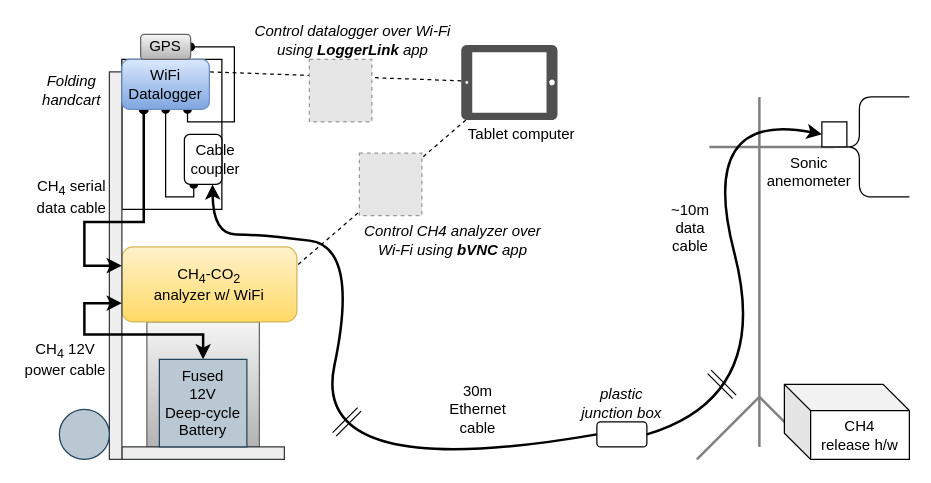
Earlier version of the draw.io diagram img/hardware.drawio (patricktokeeffe/ch4-plume-study). Source tidied: cells renumbered, new cells numbered last; positions are measured from the earlier drawing's top-left corner, leaving out a move shared by most shapes. Both pictures are drawn from the tidied source at 125%, with x=0, y=0 at pixel (21, 21). Pictures stored in the file or linked from it are replaced by grey dashed boxes.
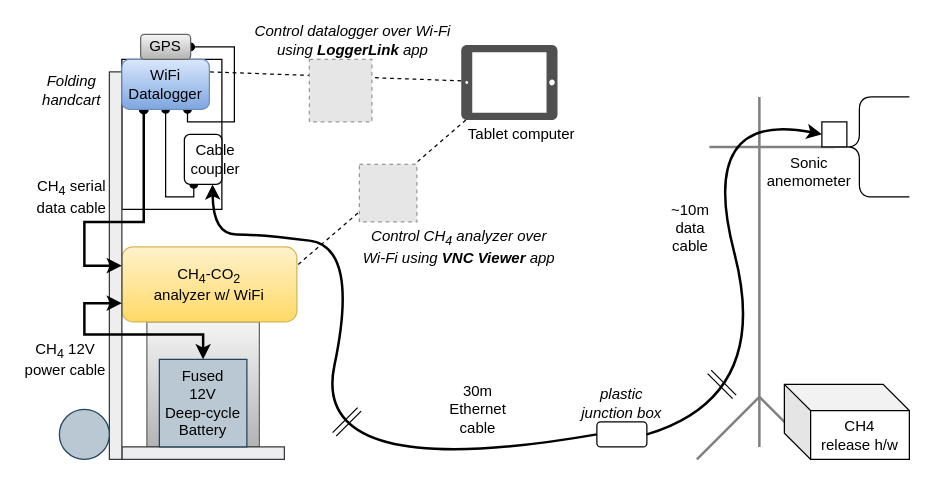
Above is the later version.

Commit message (it also covers changes not shown here):
Setup tablet for VNC Viewer (easier to use)

Diff of the diagram source:
```diff
@@
-    <mxCell id="36" style="fillColor=#E6E6E6;strokeColor=#999999;dashed=1;" parent="1" vertex="1">
-      <mxGeometry x="270" y="105" width="50" height="50" as="geometry" />
-    </mxCell>
-    <mxCell id="37" value="&lt;i&gt;Control CH4 analyzer over Wi-Fi using &lt;b&gt;bVNC&lt;/b&gt;&amp;nbsp;app&lt;/i&gt;" style="text;html=1;strokeColor=none;fillColor=none;align=center;verticalAlign=middle;whiteSpace=wrap;rounded=0;" parent="1" vertex="1">
-      <mxGeometry x="270" y="160" width="150" height="30" as="geometry" />
+    <mxCell id="37" value="&lt;i&gt;Control CH&lt;sub&gt;4&lt;/sub&gt; analyzer over Wi-Fi using &lt;b&gt;VNC Viewer&lt;/b&gt;&amp;nbsp;app&lt;/i&gt;" style="text;html=1;strokeColor=none;fillColor=none;align=center;verticalAlign=middle;whiteSpace=wrap;rounded=0;" parent="1" vertex="1">
+      <mxGeometry x="270" y="160" width="160" height="40" as="geometry" />
     </mxCell>
@@
+    <mxCell id="44" style="fillColor=#E6E6E6;strokeColor=#999999;dashed=1;" parent="1" vertex="1">
+      <mxGeometry x="270" y="114" width="46" height="46" as="geometry" />
+    </mxCell>
```
